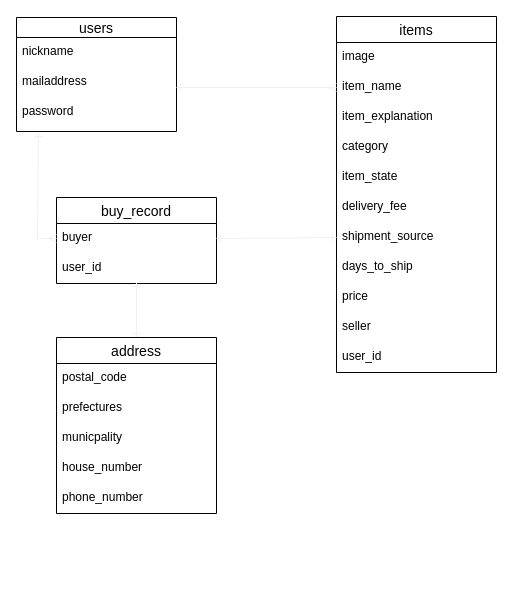
This is furima.dio from Haruyasu-alt/furima-29628, a draw.io file, before an edit. Source tidied: cells renumbered, new cells numbered last; positions are measured from the earlier drawing's top-left corner, leaving out a move shared by most shapes. Both pictures are drawn from the tidied source at 100%, with x=0, y=0 at pixel (16, 16).
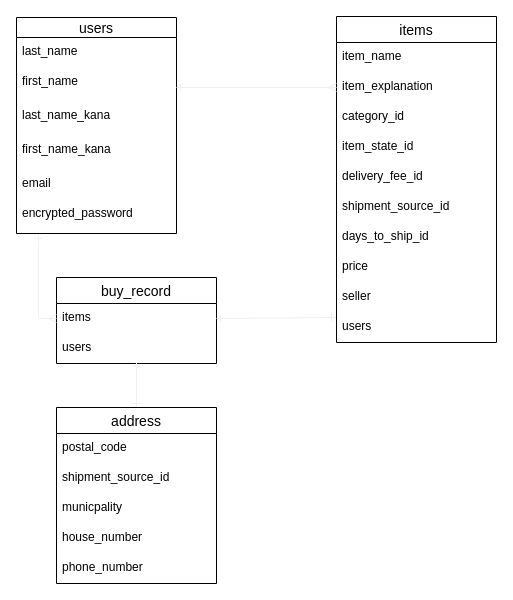
The same diagram, later.

What changed in the source:
```diff
@@
     <mxCell id="2" value="users" style="swimlane;fontStyle=0;horizontal=1;startSize=20;align=center;fontSize=14;" parent="1" vertex="1">
-      <mxGeometry y="1" width="160" height="114" as="geometry" />
+      <mxGeometry y="1" width="160" height="216" as="geometry" />
     </mxCell>
-    <mxCell id="3" value="nickname" style="text;strokeColor=none;fillColor=none;spacingLeft=4;spacingRight=4;overflow=hidden;points=[[0,0.5],[1,0.5]];portConstraint=eastwest;fontSize=12;" parent="2" vertex="1">
+    <mxCell id="3" value="last_name" style="text;strokeColor=none;fillColor=none;spacingLeft=4;spacingRight=4;overflow=hidden;points=[[0,0.5],[1,0.5]];portConstraint=eastwest;fontSize=12;" parent="2" vertex="1">
       <mxGeometry y="20" width="160" height="30" as="geometry" />
     </mxCell>
+    <mxCell id="32" value="first_name" style="text;strokeColor=none;fillColor=none;spacingLeft=4;spacingRight=4;overflow=hidden;fontSize=12;" parent="2" vertex="1">
+      <mxGeometry y="50" width="160" height="34" as="geometry" />
+    </mxCell>
+    <mxCell id="33" value="last_name_kana" style="text;strokeColor=none;fillColor=none;spacingLeft=4;spacingRight=4;overflow=hidden;fontSize=12;" parent="2" vertex="1">
+      <mxGeometry y="84" width="160" height="34" as="geometry" />
+    </mxCell>
+    <mxCell id="34" value="first_name_kana" style="text;strokeColor=none;fillColor=none;spacingLeft=4;spacingRight=4;overflow=hidden;fontSize=12;" parent="2" vertex="1">
+      <mxGeometry y="118" width="160" height="34" as="geometry" />
+    </mxCell>
-    <mxCell id="4" value="mailaddress" style="text;strokeColor=none;fillColor=none;spacingLeft=4;spacingRight=4;overflow=hidden;fontSize=12;" parent="2" vertex="1">
-      <mxGeometry y="50" width="160" height="30" as="geometry" />
+    <mxCell id="4" value="email" style="text;strokeColor=none;fillColor=none;spacingLeft=4;spacingRight=4;overflow=hidden;fontSize=12;" parent="2" vertex="1">
+      <mxGeometry y="152" width="160" height="30" as="geometry" />
     </mxCell>
-    <mxCell id="5" value="password" style="text;strokeColor=none;fillColor=none;spacingLeft=4;spacingRight=4;overflow=hidden;points=[[0,0.5],[1,0.5]];portConstraint=eastwest;fontSize=12;" parent="2" vertex="1">
-      <mxGeometry y="80" width="160" height="34" as="geometry" />
+    <mxCell id="5" value="encrypted_password" style="text;strokeColor=none;fillColor=none;spacingLeft=4;spacingRight=4;overflow=hidden;points=[[0,0.5],[1,0.5]];portConstraint=eastwest;fontSize=12;" parent="2" vertex="1">
+      <mxGeometry y="182" width="160" height="34" as="geometry" />
     </mxCell>
     <mxCell id="6" value="items" style="swimlane;fontStyle=0;horizontal=1;startSize=26;align=center;fontSize=14;" parent="1" vertex="1">
-      <mxGeometry x="320" width="160" height="356" as="geometry" />
+      <mxGeometry x="320" width="160" height="326" as="geometry" />
     </mxCell>
-    <mxCell id="7" value="image" style="text;strokeColor=none;fillColor=none;spacingLeft=4;spacingRight=4;overflow=hidden;points=[[0,0.5],[1,0.5]];portConstraint=eastwest;fontSize=12;" parent="6" vertex="1">
-      <mxGeometry y="26" width="160" height="30" as="geometry" />
-    </mxCell>
     <mxCell id="8" value="item_name&#10;" style="text;strokeColor=none;fillColor=none;spacingLeft=4;spacingRight=4;overflow=hidden;points=[[0,0.5],[1,0.5]];portConstraint=eastwest;fontSize=12;" parent="6" vertex="1">
-      <mxGeometry y="56" width="160" height="30" as="geometry" />
+      <mxGeometry y="26" width="160" height="30" as="geometry" />
     </mxCell>
     <mxCell id="9" value="item_explanation" style="text;strokeColor=none;fillColor=none;spacingLeft=4;spacingRight=4;overflow=hidden;points=[[0,0.5],[1,0.5]];portConstraint=eastwest;fontSize=12;" parent="6" vertex="1">
-      <mxGeometry y="86" width="160" height="30" as="geometry" />
+      <mxGeometry y="56" width="160" height="30" as="geometry" />
     </mxCell>
-    <mxCell id="10" value="category" style="text;strokeColor=none;fillColor=none;spacingLeft=4;spacingRight=4;overflow=hidden;fontSize=12;" parent="6" vertex="1">
-      <mxGeometry y="116" width="160" height="30" as="geometry" />
+    <mxCell id="10" value="category_id" style="text;strokeColor=none;fillColor=none;spacingLeft=4;spacingRight=4;overflow=hidden;fontSize=12;" parent="6" vertex="1">
+      <mxGeometry y="86" width="160" height="30" as="geometry" />
     </mxCell>
-    <mxCell id="11" value="item_state" style="text;strokeColor=none;fillColor=none;spacingLeft=4;spacingRight=4;overflow=hidden;fontSize=12;" parent="6" vertex="1">
-      <mxGeometry y="146" width="160" height="30" as="geometry" />
+    <mxCell id="11" value="item_state_id" style="text;strokeColor=none;fillColor=none;spacingLeft=4;spacingRight=4;overflow=hidden;fontSize=12;" parent="6" vertex="1">
+      <mxGeometry y="116" width="160" height="30" as="geometry" />
     </mxCell>
-    <mxCell id="12" value="delivery_fee" style="text;strokeColor=none;fillColor=none;spacingLeft=4;spacingRight=4;overflow=hidden;fontSize=12;" parent="6" vertex="1">
-      <mxGeometry y="176" width="160" height="30" as="geometry" />
+    <mxCell id="12" value="delivery_fee_id" style="text;strokeColor=none;fillColor=none;spacingLeft=4;spacingRight=4;overflow=hidden;fontSize=12;" parent="6" vertex="1">
+      <mxGeometry y="146" width="160" height="30" as="geometry" />
     </mxCell>
-    <mxCell id="13" value="shipment_source" style="text;strokeColor=none;fillColor=none;spacingLeft=4;spacingRight=4;overflow=hidden;points=[[0,0.5],[1,0.5]];portConstraint=eastwest;fontSize=12;" parent="6" vertex="1">
-      <mxGeometry y="206" width="160" height="30" as="geometry" />
+    <mxCell id="13" value="shipment_source_id" style="text;strokeColor=none;fillColor=none;spacingLeft=4;spacingRight=4;overflow=hidden;points=[[0,0.5],[1,0.5]];portConstraint=eastwest;fontSize=12;" parent="6" vertex="1">
+      <mxGeometry y="176" width="160" height="30" as="geometry" />
     </mxCell>
-    <mxCell id="14" value="days_to_ship" style="text;strokeColor=none;fillColor=none;spacingLeft=4;spacingRight=4;overflow=hidden;fontSize=12;" parent="6" vertex="1">
-      <mxGeometry y="236" width="160" height="30" as="geometry" />
+    <mxCell id="14" value="days_to_ship_id" style="text;strokeColor=none;fillColor=none;spacingLeft=4;spacingRight=4;overflow=hidden;fontSize=12;" parent="6" vertex="1">
+      <mxGeometry y="206" width="160" height="30" as="geometry" />
     </mxCell>
     <mxCell id="15" value="price" style="text;strokeColor=none;fillColor=none;spacingLeft=4;spacingRight=4;overflow=hidden;fontSize=12;" parent="6" vertex="1">
-      <mxGeometry y="266" width="160" height="30" as="geometry" />
+      <mxGeometry y="236" width="160" height="30" as="geometry" />
     </mxCell>
     <mxCell id="16" value="seller" style="text;strokeColor=none;fillColor=none;spacingLeft=4;spacingRight=4;overflow=hidden;fontSize=12;" parent="6" vertex="1">
-      <mxGeometry y="296" width="160" height="30" as="geometry" />
+      <mxGeometry y="266" width="160" height="30" as="geometry" />
     </mxCell>
-    <mxCell id="17" value="user_id" style="text;strokeColor=none;fillColor=none;spacingLeft=4;spacingRight=4;overflow=hidden;points=[[0,0.5],[1,0.5]];portConstraint=eastwest;fontSize=12;" parent="6" vertex="1">
-      <mxGeometry y="326" width="160" height="30" as="geometry" />
+    <mxCell id="17" value="users" style="text;strokeColor=none;fillColor=none;spacingLeft=4;spacingRight=4;overflow=hidden;points=[[0,0.5],[1,0.5]];portConstraint=eastwest;fontSize=12;" parent="6" vertex="1">
+      <mxGeometry y="296" width="160" height="30" as="geometry" />
     </mxCell>
     <mxCell id="18" value="buy_record" style="swimlane;fontStyle=0;horizontal=1;startSize=26;align=center;fontSize=14;" parent="1" vertex="1">
-      <mxGeometry x="40" y="181" width="160" height="86" as="geometry" />
+      <mxGeometry x="40" y="261" width="160" height="86" as="geometry" />
     </mxCell>
-    <mxCell id="19" value="buyer" style="text;strokeColor=none;fillColor=none;spacingLeft=4;spacingRight=4;overflow=hidden;points=[[0,0.5],[1,0.5]];portConstraint=eastwest;fontSize=12;" parent="18" vertex="1">
+    <mxCell id="19" value="items" style="text;strokeColor=none;fillColor=none;spacingLeft=4;spacingRight=4;overflow=hidden;points=[[0,0.5],[1,0.5]];portConstraint=eastwest;fontSize=12;" parent="18" vertex="1">
       <mxGeometry y="26" width="160" height="30" as="geometry" />
     </mxCell>
-    <mxCell id="20" value="user_id" style="text;strokeColor=none;fillColor=none;spacingLeft=4;spacingRight=4;overflow=hidden;points=[[0,0.5],[1,0.5]];portConstraint=eastwest;fontSize=12;" parent="18" vertex="1">
+    <mxCell id="20" value="users" style="text;strokeColor=none;fillColor=none;spacingLeft=4;spacingRight=4;overflow=hidden;points=[[0,0.5],[1,0.5]];portConstraint=eastwest;fontSize=12;" parent="18" vertex="1">
       <mxGeometry y="56" width="160" height="30" as="geometry" />
     </mxCell>
@@
     <mxCell id="22" value="address" style="swimlane;fontStyle=0;horizontal=1;startSize=26;align=center;fontSize=14;" parent="1" vertex="1">
-      <mxGeometry x="40" y="321" width="160" height="176" as="geometry" />
+      <mxGeometry x="40" y="391" width="160" height="176" as="geometry" />
     </mxCell>
@@
-    <mxCell id="24" value="prefectures" style="text;strokeColor=none;fillColor=none;spacingLeft=4;spacingRight=4;overflow=hidden;fontSize=12;" parent="22" vertex="1">
+    <mxCell id="24" value="shipment_source_id" style="text;strokeColor=none;fillColor=none;spacingLeft=4;spacingRight=4;overflow=hidden;fontSize=12;" parent="22" vertex="1">
       <mxGeometry y="56" width="160" height="30" as="geometry" />
     </mxCell>
@@
-    <mxCell id="28" style="rounded=0;jettySize=auto;html=1;exitX=1;exitY=0.5;exitDx=0;exitDy=0;startArrow=ERmany;startFill=0;entryX=0;entryY=0.5;entryDx=0;entryDy=0;strokeColor=none;" parent="1" edge="1" source="3" target="7">
-      <mxGeometry relative="1" as="geometry" />
+    <mxCell id="28" style="rounded=0;jettySize=auto;html=1;exitX=1;exitY=0.5;exitDx=0;exitDy=0;startArrow=ERmany;startFill=0;entryX=0;entryY=0.5;entryDx=0;entryDy=0;strokeColor=none;" parent="1" edge="1" source="3">
+      <mxGeometry relative="1" as="geometry">
+        <mxPoint x="320" y="41" as="targetPoint" />
+      </mxGeometry>
     </mxCell>
-    <mxCell id="29" style="edgeStyle=none;rounded=0;jettySize=auto;html=1;exitX=0;exitY=0.5;exitDx=0;exitDy=0;startArrow=ERmany;startFill=0;endArrow=ERone;endFill=0;strokeColor=#f0f0f0;" parent="1" edge="1" source="8">
+    <mxCell id="29" style="edgeStyle=none;rounded=0;jettySize=auto;html=1;exitX=0;exitY=0.5;exitDx=0;exitDy=0;startArrow=ERmany;startFill=0;endArrow=ERone;endFill=0;strokeColor=#f0f0f0;" parent="1" edge="1" source="9">
       <mxGeometry relative="1" as="geometry">
         <mxPoint x="160" y="71" as="targetPoint" />
       </mxGeometry>
     </mxCell>
     <mxCell id="30" style="edgeStyle=none;rounded=0;jettySize=auto;html=1;exitX=0;exitY=0.5;exitDx=0;exitDy=0;startArrow=ERmany;startFill=0;endArrow=ERone;endFill=0;strokeColor=#f0f0f0;entryX=0.138;entryY=1.029;entryDx=0;entryDy=0;entryPerimeter=0;" parent="1" edge="1" source="19" target="5">
       <mxGeometry relative="1" as="geometry">
         <Array as="points">
-          <mxPoint x="21" y="222" />
+          <mxPoint x="22" y="302" />
         </Array>
       </mxGeometry>
     </mxCell>
-    <mxCell id="31" style="edgeStyle=none;rounded=0;jettySize=auto;html=1;exitX=0;exitY=0.5;exitDx=0;exitDy=0;entryX=1;entryY=0.5;entryDx=0;entryDy=0;startArrow=ERone;startFill=0;endArrow=ERone;endFill=0;strokeColor=#f0f0f0;" parent="1" edge="1" source="13" target="19">
+    <mxCell id="31" style="edgeStyle=none;rounded=0;jettySize=auto;html=1;exitX=-0.006;exitY=0.167;exitDx=0;exitDy=0;entryX=1;entryY=0.5;entryDx=0;entryDy=0;startArrow=ERone;startFill=0;endArrow=ERone;endFill=0;strokeColor=#f0f0f0;exitPerimeter=0;" parent="1" edge="1" source="17" target="19">
       <mxGeometry relative="1" as="geometry" />
     </mxCell>
```
